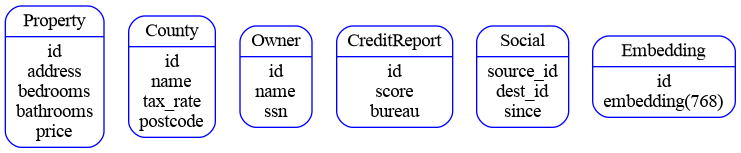
Above: docs/datasources.png in maguec/SpannerPropertyGraph (Graphviz), before the change. Its source is kept beside it as docs/datasources.dot.
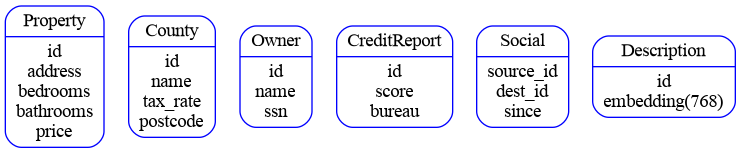
The same diagram one commit later.

The edit, as a diff of the source:
```diff
@@ -5,5 +5,5 @@
   Owner [label="{<f0> Owner|<f1> id\nname\nssn}"];
   CreditReport [label="{<f0> CreditReport|<f1> id\nscore\nbureau}"];
   Social [label="{<f0> Social|<f1> source_id\ndest_id\nsince}"];
-  Embedding [label="{<f0> Embedding|<f1> id\nembedding(768)}"];
+  Description [label="{<f0> Description|<f1> id\nembedding(768)}"];
 }
```
